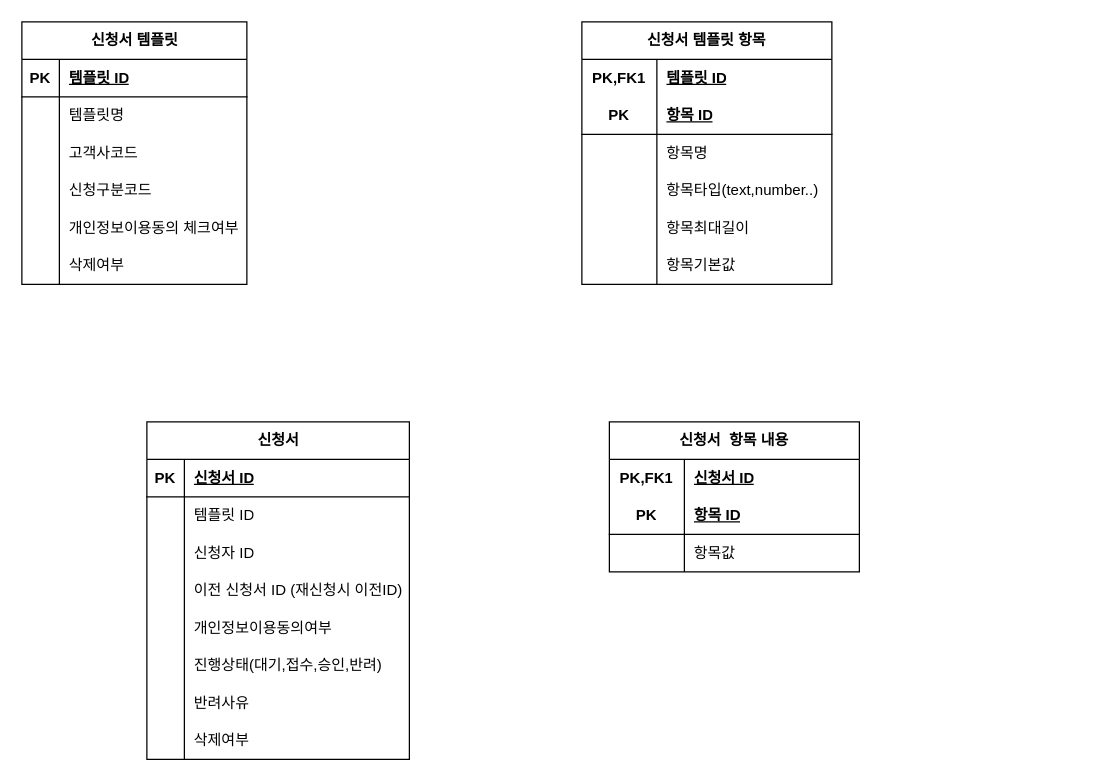
Above: 제목 없는 다이어그램.drawio in calmmind77/boxing (draw.io), before the change. Source tidied: cells renumbered, new cells numbered last; positions are measured from the earlier drawing's top-left corner, leaving out a move shared by most shapes. Both pictures are drawn from the tidied source at 125%, with x=0, y=0 at pixel (21, 21).
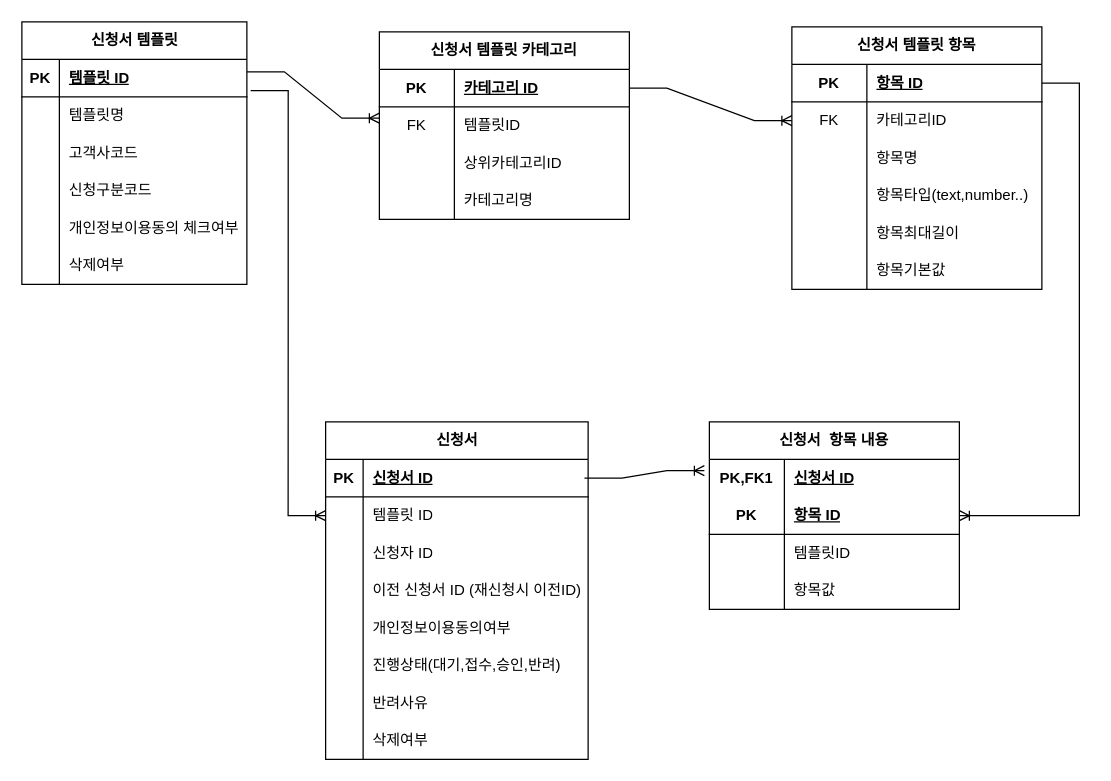
The same page after the edit.

Commit message (it also covers changes not shown here):
제목 없는 다이어그램.drawio 업데이트

The change refers to these unchanged cells:
```xml
<mxCell id="3" style="shape=tableRow;horizontal=0;startSize=0;swimlaneHead=0;swimlaneBody=0;fillColor=none;points=[[0,0.5],[1,0.5]];portConstraint=eastwest;top=0;left=0;right=0;bottom=1;" parent="2" vertex="1">
  <mxGeometry y="30" width="180" height="30" as="geometry" />
</mxCell>
<mxCell id="41" style="shape=tableRow;horizontal=0;startSize=0;swimlaneHead=0;swimlaneBody=0;fillColor=none;points=[[0,0.5],[1,0.5]];portConstraint=eastwest;top=0;left=0;right=0;bottom=1;" parent="40" vertex="1">
  <mxGeometry y="30" width="210" height="30" as="geometry" />
</mxCell>
<mxCell id="44" style="shape=tableRow;horizontal=0;startSize=0;swimlaneHead=0;swimlaneBody=0;fillColor=none;points=[[0,0.5],[1,0.5]];portConstraint=eastwest;top=0;left=0;right=0;bottom=0;" parent="40" vertex="1">
  <mxGeometry y="60" width="210" height="30" as="geometry" />
</mxCell>
<mxCell id="66" style="shape=tableRow;horizontal=0;startSize=0;swimlaneHead=0;swimlaneBody=0;fillColor=none;points=[[0,0.5],[1,0.5]];portConstraint=eastwest;top=0;left=0;right=0;bottom=0;html=1;" parent="65" vertex="1">
  <mxGeometry y="30" width="200" height="30" as="geometry" />
</mxCell>
<mxCell id="69" style="shape=tableRow;horizontal=0;startSize=0;swimlaneHead=0;swimlaneBody=0;fillColor=none;points=[[0,0.5],[1,0.5]];portConstraint=eastwest;top=0;left=0;right=0;bottom=1;html=1;" parent="65" vertex="1">
  <mxGeometry y="60" width="200" height="30" as="geometry" />
</mxCell>
<mxCell id="72" style="shape=tableRow;horizontal=0;startSize=0;swimlaneHead=0;swimlaneBody=0;fillColor=none;top=0;left=0;right=0;bottom=0;html=1;" parent="65" vertex="1">
  <mxGeometry y="90" width="200" height="30" as="geometry" />
</mxCell>
```

Diff of the diagram source:
```diff
@@
     <mxCell id="21" value="신청서 템플릿 항목" style="shape=table;startSize=30;childLayout=tableLayout;rowLines=0;fontStyle=1;align=center;html=1;whiteSpace=wrap;" parent="1" vertex="1">
-      <mxGeometry x="448" width="200" height="210" as="geometry" />
+      <mxGeometry x="616" y="4" width="200" height="210" as="geometry" />
     </mxCell>
-    <mxCell id="22" style="shape=tableRow;horizontal=0;startSize=0;swimlaneHead=0;swimlaneBody=0;fillColor=none;top=0;left=0;right=0;bottom=0;html=1;" parent="21" vertex="1">
-      <mxGeometry y="30" width="200" height="30" as="geometry" />
-    </mxCell>
-    <mxCell id="23" value="PK,FK1" style="shape=partialRectangle;fillColor=none;top=0;left=0;bottom=0;right=0;fontStyle=1;overflow=hidden;html=1;whiteSpace=wrap;" parent="22" vertex="1">
-      <mxGeometry width="60" height="30" as="geometry" />
-    </mxCell>
-    <mxCell id="24" value="템플릿 ID" style="shape=partialRectangle;fillColor=none;top=0;left=0;bottom=0;right=0;align=left;spacingLeft=6;fontStyle=5;overflow=hidden;html=1;whiteSpace=wrap;" parent="22" vertex="1">
-      <mxGeometry x="60" width="140" height="30" as="geometry" />
-    </mxCell>
     <mxCell id="25" style="shape=tableRow;horizontal=0;startSize=0;swimlaneHead=0;swimlaneBody=0;fillColor=none;points=[[0,0.5],[1,0.5]];portConstraint=eastwest;top=0;left=0;right=0;bottom=1;html=1;" parent="21" vertex="1">
-      <mxGeometry y="60" width="200" height="30" as="geometry" />
+      <mxGeometry y="30" width="200" height="30" as="geometry" />
     </mxCell>
@@
     <mxCell id="28" style="shape=tableRow;horizontal=0;startSize=0;swimlaneHead=0;swimlaneBody=0;fillColor=none;points=[[0,0.5],[1,0.5]];portConstraint=eastwest;top=0;left=0;right=0;bottom=0;html=1;" parent="21" vertex="1">
-      <mxGeometry y="90" width="200" height="30" as="geometry" />
+      <mxGeometry y="60" width="200" height="30" as="geometry" />
     </mxCell>
-    <mxCell id="29" style="shape=partialRectangle;fillColor=none;top=0;left=0;bottom=0;right=0;overflow=hidden;html=1;whiteSpace=wrap;" parent="28" vertex="1">
+    <mxCell id="29" value="FK" style="shape=partialRectangle;fillColor=none;top=0;left=0;bottom=0;right=0;overflow=hidden;html=1;whiteSpace=wrap;" parent="28" vertex="1">
       <mxGeometry width="60" height="30" as="geometry" />
     </mxCell>
-    <mxCell id="30" value="항목명" style="shape=partialRectangle;fillColor=none;top=0;left=0;bottom=0;right=0;align=left;spacingLeft=6;overflow=hidden;html=1;whiteSpace=wrap;" parent="28" vertex="1">
+    <mxCell id="30" value="카테고리ID" style="shape=partialRectangle;fillColor=none;top=0;left=0;bottom=0;right=0;align=left;spacingLeft=6;overflow=hidden;html=1;whiteSpace=wrap;" parent="28" vertex="1">
       <mxGeometry x="60" width="140" height="30" as="geometry" />
     </mxCell>
+    <mxCell id="75" style="shape=tableRow;horizontal=0;startSize=0;swimlaneHead=0;swimlaneBody=0;fillColor=none;top=0;left=0;right=0;bottom=0;html=1;" parent="21" vertex="1">
+      <mxGeometry y="90" width="200" height="30" as="geometry" />
+    </mxCell>
+    <mxCell id="76" style="shape=partialRectangle;fillColor=none;top=0;left=0;bottom=0;right=0;overflow=hidden;html=1;whiteSpace=wrap;" parent="75" vertex="1">
+      <mxGeometry width="60" height="30" as="geometry" />
+    </mxCell>
+    <mxCell id="77" value="항목명" style="shape=partialRectangle;fillColor=none;top=0;left=0;bottom=0;right=0;align=left;spacingLeft=6;overflow=hidden;html=1;whiteSpace=wrap;" parent="75" vertex="1">
+      <mxGeometry x="60" width="140" height="30" as="geometry" />
+    </mxCell>
@@
     <mxCell id="40" value="신청서" style="shape=table;startSize=30;childLayout=tableLayout;rowLines=0;fontStyle=1;align=center;html=1;" parent="1" vertex="1">
-      <mxGeometry x="100" y="320" width="210" height="270" as="geometry" />
+      <mxGeometry x="243" y="320" width="210" height="270" as="geometry" />
     </mxCell>
@@
     <mxCell id="65" value="신청서&amp;nbsp; 항목 내용" style="shape=table;startSize=30;childLayout=tableLayout;rowLines=0;fontStyle=1;align=center;html=1;whiteSpace=wrap;" parent="1" vertex="1">
-      <mxGeometry x="470" y="320" width="200" height="120" as="geometry" />
+      <mxGeometry x="550" y="320" width="200" height="150" as="geometry" />
     </mxCell>
@@
-    <mxCell id="74" value="항목값" style="shape=partialRectangle;fillColor=none;top=0;left=0;bottom=0;right=0;align=left;spacingLeft=6;overflow=hidden;html=1;whiteSpace=wrap;" parent="72" vertex="1">
+    <mxCell id="74" value="템플릿ID" style="shape=partialRectangle;fillColor=none;top=0;left=0;bottom=0;right=0;align=left;spacingLeft=6;overflow=hidden;html=1;whiteSpace=wrap;" parent="72" vertex="1">
       <mxGeometry x="60" width="140" height="30" as="geometry" />
     </mxCell>
+    <mxCell id="78" style="shape=tableRow;horizontal=0;startSize=0;swimlaneHead=0;swimlaneBody=0;fillColor=none;top=0;left=0;right=0;bottom=0;html=1;" parent="65" vertex="1">
+      <mxGeometry y="120" width="200" height="30" as="geometry" />
+    </mxCell>
+    <mxCell id="79" style="shape=partialRectangle;fillColor=none;top=0;left=0;bottom=0;right=0;overflow=hidden;html=1;whiteSpace=wrap;" parent="78" vertex="1">
+      <mxGeometry width="60" height="30" as="geometry" />
+    </mxCell>
+    <mxCell id="80" value="항목값" style="shape=partialRectangle;fillColor=none;top=0;left=0;bottom=0;right=0;align=left;spacingLeft=6;overflow=hidden;html=1;whiteSpace=wrap;" parent="78" vertex="1">
+      <mxGeometry x="60" width="140" height="30" as="geometry" />
+    </mxCell>
+    <mxCell id="81" value="신청서 템플릿 카테고리" style="shape=table;startSize=30;childLayout=tableLayout;rowLines=0;fontStyle=1;align=center;html=1;whiteSpace=wrap;" parent="1" vertex="1">
+      <mxGeometry x="286" y="8" width="200" height="150" as="geometry" />
+    </mxCell>
+    <mxCell id="82" style="shape=tableRow;horizontal=0;startSize=0;swimlaneHead=0;swimlaneBody=0;fillColor=none;points=[[0,0.5],[1,0.5]];portConstraint=eastwest;top=0;left=0;right=0;bottom=1;html=1;" parent="81" vertex="1">
+      <mxGeometry y="30" width="200" height="30" as="geometry" />
+    </mxCell>
+    <mxCell id="83" value="PK" style="shape=partialRectangle;fillColor=none;top=0;left=0;bottom=0;right=0;fontStyle=1;overflow=hidden;html=1;whiteSpace=wrap;" parent="82" vertex="1">
+      <mxGeometry width="60" height="30" as="geometry" />
+    </mxCell>
+    <mxCell id="84" value="카테고리 ID" style="shape=partialRectangle;fillColor=none;top=0;left=0;bottom=0;right=0;align=left;spacingLeft=6;fontStyle=5;overflow=hidden;html=1;whiteSpace=wrap;" parent="82" vertex="1">
+      <mxGeometry x="60" width="140" height="30" as="geometry" />
+    </mxCell>
+    <mxCell id="85" style="shape=tableRow;horizontal=0;startSize=0;swimlaneHead=0;swimlaneBody=0;fillColor=none;points=[[0,0.5],[1,0.5]];portConstraint=eastwest;top=0;left=0;right=0;bottom=0;html=1;" parent="81" vertex="1">
+      <mxGeometry y="60" width="200" height="30" as="geometry" />
+    </mxCell>
+    <mxCell id="86" value="FK" style="shape=partialRectangle;fillColor=none;top=0;left=0;bottom=0;right=0;overflow=hidden;html=1;whiteSpace=wrap;" parent="85" vertex="1">
+      <mxGeometry width="60" height="30" as="geometry" />
+    </mxCell>
+    <mxCell id="87" value="템플릿ID" style="shape=partialRectangle;fillColor=none;top=0;left=0;bottom=0;right=0;align=left;spacingLeft=6;overflow=hidden;html=1;whiteSpace=wrap;" parent="85" vertex="1">
+      <mxGeometry x="60" width="140" height="30" as="geometry" />
+    </mxCell>
+    <mxCell id="88" style="shape=tableRow;horizontal=0;startSize=0;swimlaneHead=0;swimlaneBody=0;fillColor=none;top=0;left=0;right=0;bottom=0;html=1;" parent="81" vertex="1">
+      <mxGeometry y="90" width="200" height="30" as="geometry" />
+    </mxCell>
+    <mxCell id="89" style="shape=partialRectangle;fillColor=none;top=0;left=0;bottom=0;right=0;overflow=hidden;html=1;whiteSpace=wrap;" parent="88" vertex="1">
+      <mxGeometry width="60" height="30" as="geometry" />
+    </mxCell>
+    <mxCell id="90" value="상위카테고리ID" style="shape=partialRectangle;fillColor=none;top=0;left=0;bottom=0;right=0;align=left;spacingLeft=6;overflow=hidden;html=1;whiteSpace=wrap;" parent="88" vertex="1">
+      <mxGeometry x="60" width="140" height="30" as="geometry" />
+    </mxCell>
+    <mxCell id="91" style="shape=tableRow;horizontal=0;startSize=0;swimlaneHead=0;swimlaneBody=0;fillColor=none;top=0;left=0;right=0;bottom=0;html=1;" parent="81" vertex="1">
+      <mxGeometry y="120" width="200" height="30" as="geometry" />
+    </mxCell>
+    <mxCell id="92" style="shape=partialRectangle;fillColor=none;top=0;left=0;bottom=0;right=0;overflow=hidden;html=1;whiteSpace=wrap;" parent="91" vertex="1">
+      <mxGeometry width="60" height="30" as="geometry" />
+    </mxCell>
+    <mxCell id="93" value="카테고리명" style="shape=partialRectangle;fillColor=none;top=0;left=0;bottom=0;right=0;align=left;spacingLeft=6;overflow=hidden;html=1;whiteSpace=wrap;" parent="91" vertex="1">
+      <mxGeometry x="60" width="140" height="30" as="geometry" />
+    </mxCell>
+    <mxCell id="94" style="edgeStyle=entityRelationEdgeStyle;fontSize=12;html=1;endArrow=ERoneToMany;rounded=0;entryX=0;entryY=0.3;entryDx=0;entryDy=0;entryPerimeter=0;" parent="1" edge="1" target="85">
+      <mxGeometry relative="1" as="geometry">
+        <mxPoint x="180" y="40" as="sourcePoint" />
+      </mxGeometry>
+    </mxCell>
+    <mxCell id="95" style="edgeStyle=entityRelationEdgeStyle;fontSize=12;html=1;endArrow=ERoneToMany;rounded=0;exitX=1;exitY=0.5;exitDx=0;exitDy=0;entryX=0;entryY=0.5;entryDx=0;entryDy=0;" parent="1" edge="1" source="82" target="28">
+      <mxGeometry relative="1" as="geometry" />
+    </mxCell>
+    <mxCell id="96" style="edgeStyle=entityRelationEdgeStyle;fontSize=12;html=1;endArrow=ERoneToMany;rounded=0;entryX=1;entryY=0.5;entryDx=0;entryDy=0;" parent="1" edge="1" source="25" target="69">
+      <mxGeometry relative="1" as="geometry">
+        <Array as="points">
+          <mxPoint x="880" y="340" />
+        </Array>
+      </mxGeometry>
+    </mxCell>
+    <mxCell id="97" style="edgeStyle=entityRelationEdgeStyle;fontSize=12;html=1;endArrow=ERoneToMany;rounded=0;exitX=1.017;exitY=0.833;exitDx=0;exitDy=0;exitPerimeter=0;entryX=0;entryY=0.5;entryDx=0;entryDy=0;" parent="1" edge="1" source="3" target="44">
+      <mxGeometry relative="1" as="geometry">
+        <Array as="points">
+          <mxPoint x="207" y="140" />
+        </Array>
+      </mxGeometry>
+    </mxCell>
+    <mxCell id="98" style="edgeStyle=entityRelationEdgeStyle;fontSize=12;html=1;endArrow=ERoneToMany;rounded=0;entryX=-0.02;entryY=0.3;entryDx=0;entryDy=0;entryPerimeter=0;exitX=0.986;exitY=0.5;exitDx=0;exitDy=0;exitPerimeter=0;" parent="1" edge="1" source="41" target="66">
+      <mxGeometry relative="1" as="geometry" />
+    </mxCell>
```
